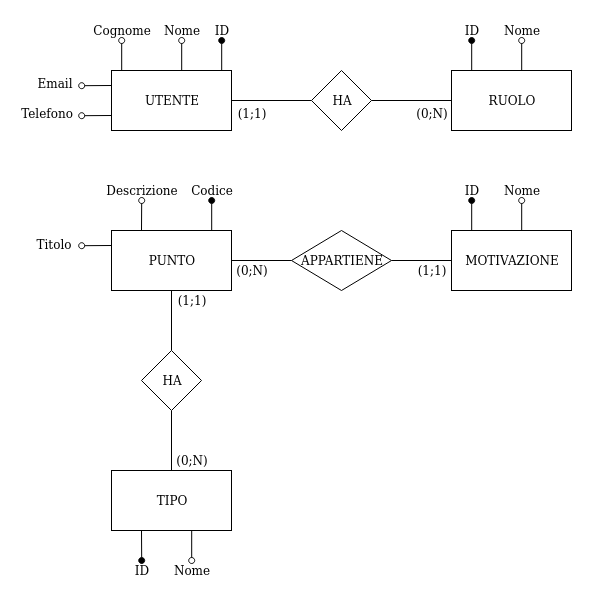
Before: img/ValutazioneLPI_ER_Iniziale_Draw.png, a diagram exported from draw.io (matteoforni/Valutazione-LPI). Source tidied: cells renumbered, new cells last; positions are measured from the earlier drawing's top-left corner, leaving out a move shared by most shapes. Its diagram source:
```xml
<mxGraphModel>
  <root>
    <mxCell id="0" />
    <mxCell id="1" parent="0" />
    <mxCell id="2" style="edgeStyle=orthogonalEdgeStyle;rounded=0;jettySize=auto;html=1;exitX=0.5;exitY=0;exitDx=0;exitDy=0;endArrow=oval;endFill=0;entryX=0.5;entryY=1;entryDx=0;entryDy=0;" parent="1" edge="1" source="8" target="26">
      <mxGeometry relative="1" as="geometry" />
    </mxCell>
    <mxCell id="3" style="edgeStyle=orthogonalEdgeStyle;rounded=0;jettySize=auto;html=1;exitX=1;exitY=0;exitDx=0;exitDy=0;entryX=0.5;entryY=1;entryDx=0;entryDy=0;endArrow=oval;endFill=1;" parent="1" edge="1" source="8" target="24">
      <mxGeometry relative="1" as="geometry" />
    </mxCell>
    <mxCell id="4" style="edgeStyle=orthogonalEdgeStyle;rounded=0;jettySize=auto;html=1;exitX=0;exitY=0;exitDx=0;exitDy=0;entryX=0.5;entryY=1;entryDx=0;entryDy=0;endArrow=oval;endFill=0;" parent="1" edge="1" source="8" target="25">
      <mxGeometry relative="1" as="geometry" />
    </mxCell>
    <mxCell id="5" style="edgeStyle=orthogonalEdgeStyle;rounded=0;jettySize=auto;html=1;exitX=0;exitY=0.25;exitDx=0;exitDy=0;endArrow=oval;endFill=0;" parent="1" edge="1" source="8">
      <mxGeometry relative="1" as="geometry">
        <mxPoint x="55.2" y="65.2" as="targetPoint" />
      </mxGeometry>
    </mxCell>
    <mxCell id="6" style="edgeStyle=orthogonalEdgeStyle;rounded=0;jettySize=auto;html=1;exitX=0;exitY=0.75;exitDx=0;exitDy=0;endArrow=oval;endFill=0;" parent="1" edge="1" source="8">
      <mxGeometry relative="1" as="geometry">
        <mxPoint x="55.2" y="95.2" as="targetPoint" />
      </mxGeometry>
    </mxCell>
    <mxCell id="7" style="edgeStyle=orthogonalEdgeStyle;rounded=0;jettySize=auto;html=1;exitX=1;exitY=0.5;exitDx=0;exitDy=0;entryX=0;entryY=0.5;entryDx=0;entryDy=0;endArrow=none;endFill=0;" parent="1" edge="1" source="8" target="30">
      <mxGeometry relative="1" as="geometry" />
    </mxCell>
    <mxCell id="8" value="UTENTE" style="rounded=0;whiteSpace=wrap;html=1;" parent="1" vertex="1">
      <mxGeometry x="85" y="50" width="120" height="60" as="geometry" />
    </mxCell>
    <mxCell id="9" style="edgeStyle=orthogonalEdgeStyle;rounded=0;jettySize=auto;html=1;exitX=0.25;exitY=0;exitDx=0;exitDy=0;entryX=0.5;entryY=1;entryDx=0;entryDy=0;endArrow=oval;endFill=1;" parent="1" edge="1" source="11" target="31">
      <mxGeometry relative="1" as="geometry" />
    </mxCell>
    <mxCell id="10" style="edgeStyle=orthogonalEdgeStyle;rounded=0;jettySize=auto;html=1;exitX=0.5;exitY=0;exitDx=0;exitDy=0;entryX=0.5;entryY=1;entryDx=0;entryDy=0;endArrow=oval;endFill=0;" parent="1" edge="1" source="11" target="32">
      <mxGeometry relative="1" as="geometry" />
    </mxCell>
    <mxCell id="11" value="RUOLO" style="rounded=0;whiteSpace=wrap;html=1;" parent="1" vertex="1">
      <mxGeometry x="425" y="50" width="120" height="60" as="geometry" />
    </mxCell>
    <mxCell id="12" style="edgeStyle=orthogonalEdgeStyle;rounded=0;jettySize=auto;html=1;exitX=1;exitY=0.5;exitDx=0;exitDy=0;entryX=0;entryY=0.5;entryDx=0;entryDy=0;endArrow=none;endFill=0;" parent="1" edge="1" source="17" target="34">
      <mxGeometry relative="1" as="geometry" />
    </mxCell>
    <mxCell id="13" style="edgeStyle=orthogonalEdgeStyle;rounded=0;jettySize=auto;html=1;exitX=0.25;exitY=0;exitDx=0;exitDy=0;entryX=0.5;entryY=1;entryDx=0;entryDy=0;endArrow=oval;endFill=0;" parent="1" edge="1" source="17" target="37">
      <mxGeometry relative="1" as="geometry" />
    </mxCell>
    <mxCell id="14" style="edgeStyle=orthogonalEdgeStyle;rounded=0;jettySize=auto;html=1;exitX=0.75;exitY=0;exitDx=0;exitDy=0;entryX=0.5;entryY=1;entryDx=0;entryDy=0;endArrow=oval;endFill=1;" parent="1" edge="1" source="17" target="35">
      <mxGeometry relative="1" as="geometry" />
    </mxCell>
    <mxCell id="15" style="edgeStyle=orthogonalEdgeStyle;rounded=0;jettySize=auto;html=1;exitX=0;exitY=0.25;exitDx=0;exitDy=0;endArrow=oval;endFill=0;" parent="1" edge="1" source="17">
      <mxGeometry relative="1" as="geometry">
        <mxPoint x="55.2" y="225.2" as="targetPoint" />
      </mxGeometry>
    </mxCell>
    <mxCell id="16" style="edgeStyle=orthogonalEdgeStyle;rounded=0;jettySize=auto;html=1;exitX=0.5;exitY=1;exitDx=0;exitDy=0;entryX=0.5;entryY=0;entryDx=0;entryDy=0;endArrow=none;endFill=0;" parent="1" edge="1" source="17" target="41">
      <mxGeometry relative="1" as="geometry" />
    </mxCell>
    <mxCell id="17" value="PUNTO" style="rounded=0;whiteSpace=wrap;html=1;" parent="1" vertex="1">
      <mxGeometry x="85" y="210" width="120" height="60" as="geometry" />
    </mxCell>
    <mxCell id="18" style="edgeStyle=orthogonalEdgeStyle;rounded=0;jettySize=auto;html=1;exitX=0.25;exitY=0;exitDx=0;exitDy=0;entryX=0.5;entryY=1;entryDx=0;entryDy=0;endArrow=oval;endFill=1;" parent="1" edge="1" source="20" target="38">
      <mxGeometry relative="1" as="geometry" />
    </mxCell>
    <mxCell id="19" style="edgeStyle=orthogonalEdgeStyle;rounded=0;jettySize=auto;html=1;exitX=0.5;exitY=0;exitDx=0;exitDy=0;entryX=0.5;entryY=1;entryDx=0;entryDy=0;endArrow=oval;endFill=0;" parent="1" edge="1" source="20" target="39">
      <mxGeometry relative="1" as="geometry" />
    </mxCell>
    <mxCell id="20" value="MOTIVAZIONE" style="rounded=0;whiteSpace=wrap;html=1;" parent="1" vertex="1">
      <mxGeometry x="425" y="210" width="120" height="60" as="geometry" />
    </mxCell>
    <mxCell id="21" style="edgeStyle=orthogonalEdgeStyle;rounded=0;jettySize=auto;html=1;exitX=0.25;exitY=1;exitDx=0;exitDy=0;endArrow=oval;endFill=1;" parent="1" edge="1" source="23">
      <mxGeometry relative="1" as="geometry">
        <mxPoint x="115.2" y="540" as="targetPoint" />
      </mxGeometry>
    </mxCell>
    <mxCell id="22" style="edgeStyle=orthogonalEdgeStyle;rounded=0;jettySize=auto;html=1;exitX=0.75;exitY=1;exitDx=0;exitDy=0;entryX=0.5;entryY=0;entryDx=0;entryDy=0;endArrow=oval;endFill=0;" parent="1" edge="1" source="23" target="43">
      <mxGeometry relative="1" as="geometry" />
    </mxCell>
    <mxCell id="23" value="&lt;div&gt;TIPO&lt;/div&gt;" style="rounded=0;whiteSpace=wrap;html=1;" parent="1" vertex="1">
      <mxGeometry x="85" y="450" width="120" height="60" as="geometry" />
    </mxCell>
    <mxCell id="24" value="ID" style="text;html=1;strokeColor=none;fillColor=none;align=center;verticalAlign=middle;whiteSpace=wrap;rounded=0;" parent="1" vertex="1">
      <mxGeometry x="175" width="40" height="20" as="geometry" />
    </mxCell>
    <mxCell id="25" value="Cognome" style="text;html=1;strokeColor=none;fillColor=none;align=center;verticalAlign=middle;whiteSpace=wrap;rounded=0;" parent="1" vertex="1">
      <mxGeometry x="75" width="40" height="20" as="geometry" />
    </mxCell>
    <mxCell id="26" value="Nome" style="text;html=1;strokeColor=none;fillColor=none;align=center;verticalAlign=middle;whiteSpace=wrap;rounded=0;" parent="1" vertex="1">
      <mxGeometry x="135" width="40" height="20" as="geometry" />
    </mxCell>
    <mxCell id="27" value="Email" style="text;html=1;strokeColor=none;fillColor=none;align=center;verticalAlign=middle;whiteSpace=wrap;rounded=0;" parent="1" vertex="1">
      <mxGeometry x="8" y="53" width="40" height="20" as="geometry" />
    </mxCell>
    <mxCell id="28" value="Telefono" style="text;html=1;strokeColor=none;fillColor=none;align=center;verticalAlign=middle;whiteSpace=wrap;rounded=0;" parent="1" vertex="1">
      <mxGeometry y="83" width="40" height="20" as="geometry" />
    </mxCell>
    <mxCell id="29" style="edgeStyle=orthogonalEdgeStyle;rounded=0;jettySize=auto;html=1;exitX=1;exitY=0.5;exitDx=0;exitDy=0;entryX=0;entryY=0.5;entryDx=0;entryDy=0;endArrow=none;endFill=0;" parent="1" edge="1" source="30" target="11">
      <mxGeometry relative="1" as="geometry" />
    </mxCell>
    <mxCell id="30" value="HA" style="rhombus;whiteSpace=wrap;html=1;" parent="1" vertex="1">
      <mxGeometry x="285" y="50" width="60" height="60" as="geometry" />
    </mxCell>
    <mxCell id="31" value="ID" style="text;html=1;strokeColor=none;fillColor=none;align=center;verticalAlign=middle;whiteSpace=wrap;rounded=0;" parent="1" vertex="1">
      <mxGeometry x="425" width="40" height="20" as="geometry" />
    </mxCell>
    <mxCell id="32" value="Nome" style="text;html=1;strokeColor=none;fillColor=none;align=center;verticalAlign=middle;whiteSpace=wrap;rounded=0;" parent="1" vertex="1">
      <mxGeometry x="475" width="40" height="20" as="geometry" />
    </mxCell>
    <mxCell id="33" style="edgeStyle=orthogonalEdgeStyle;rounded=0;jettySize=auto;html=1;exitX=1;exitY=0.5;exitDx=0;exitDy=0;entryX=0;entryY=0.5;entryDx=0;entryDy=0;endArrow=none;endFill=0;" parent="1" edge="1" source="34" target="20">
      <mxGeometry relative="1" as="geometry" />
    </mxCell>
    <mxCell id="34" value="APPARTIENE" style="rhombus;whiteSpace=wrap;html=1;" parent="1" vertex="1">
      <mxGeometry x="265" y="210" width="100" height="60" as="geometry" />
    </mxCell>
    <mxCell id="35" value="Codice" style="text;html=1;strokeColor=none;fillColor=none;align=center;verticalAlign=middle;whiteSpace=wrap;rounded=0;" parent="1" vertex="1">
      <mxGeometry x="165" y="160" width="40" height="20" as="geometry" />
    </mxCell>
    <mxCell id="36" value="Titolo" style="text;html=1;strokeColor=none;fillColor=none;align=center;verticalAlign=middle;whiteSpace=wrap;rounded=0;" parent="1" vertex="1">
      <mxGeometry x="7" y="214" width="40" height="20" as="geometry" />
    </mxCell>
    <mxCell id="37" value="Descrizione" style="text;html=1;strokeColor=none;fillColor=none;align=center;verticalAlign=middle;whiteSpace=wrap;rounded=0;" parent="1" vertex="1">
      <mxGeometry x="95" y="160" width="40" height="20" as="geometry" />
    </mxCell>
    <mxCell id="38" value="ID" style="text;html=1;strokeColor=none;fillColor=none;align=center;verticalAlign=middle;whiteSpace=wrap;rounded=0;" parent="1" vertex="1">
      <mxGeometry x="425" y="160" width="40" height="20" as="geometry" />
    </mxCell>
    <mxCell id="39" value="Nome" style="text;html=1;strokeColor=none;fillColor=none;align=center;verticalAlign=middle;whiteSpace=wrap;rounded=0;" parent="1" vertex="1">
      <mxGeometry x="475" y="160" width="40" height="20" as="geometry" />
    </mxCell>
    <mxCell id="40" style="edgeStyle=orthogonalEdgeStyle;rounded=0;jettySize=auto;html=1;exitX=0.5;exitY=1;exitDx=0;exitDy=0;entryX=0.5;entryY=0;entryDx=0;entryDy=0;endArrow=none;endFill=0;" parent="1" edge="1" source="41" target="23">
      <mxGeometry relative="1" as="geometry" />
    </mxCell>
    <mxCell id="41" value="HA" style="rhombus;whiteSpace=wrap;html=1;" parent="1" vertex="1">
      <mxGeometry x="115" y="330" width="60" height="60" as="geometry" />
    </mxCell>
    <mxCell id="42" value="ID" style="text;html=1;strokeColor=none;fillColor=none;align=center;verticalAlign=middle;whiteSpace=wrap;rounded=0;" parent="1" vertex="1">
      <mxGeometry x="95" y="540" width="40" height="20" as="geometry" />
    </mxCell>
    <mxCell id="43" value="Nome" style="text;html=1;strokeColor=none;fillColor=none;align=center;verticalAlign=middle;whiteSpace=wrap;rounded=0;" parent="1" vertex="1">
      <mxGeometry x="145" y="540" width="40" height="20" as="geometry" />
    </mxCell>
    <mxCell id="44" value="(0;N)" style="text;html=1;strokeColor=none;fillColor=none;align=center;verticalAlign=middle;whiteSpace=wrap;rounded=0;" parent="1" vertex="1">
      <mxGeometry x="145" y="430" width="40" height="20" as="geometry" />
    </mxCell>
    <mxCell id="45" value="(1;1)" style="text;html=1;strokeColor=none;fillColor=none;align=center;verticalAlign=middle;whiteSpace=wrap;rounded=0;" parent="1" vertex="1">
      <mxGeometry x="145" y="270" width="40" height="20" as="geometry" />
    </mxCell>
    <mxCell id="46" value="(0;N)" style="text;html=1;strokeColor=none;fillColor=none;align=center;verticalAlign=middle;whiteSpace=wrap;rounded=0;" parent="1" vertex="1">
      <mxGeometry x="205" y="240" width="40" height="20" as="geometry" />
    </mxCell>
    <mxCell id="47" value="(1;1)" style="text;html=1;strokeColor=none;fillColor=none;align=center;verticalAlign=middle;whiteSpace=wrap;rounded=0;" parent="1" vertex="1">
      <mxGeometry x="385" y="240" width="40" height="20" as="geometry" />
    </mxCell>
    <mxCell id="48" value="(1;1)" style="text;html=1;strokeColor=none;fillColor=none;align=center;verticalAlign=middle;whiteSpace=wrap;rounded=0;" parent="1" vertex="1">
      <mxGeometry x="205" y="83" width="40" height="20" as="geometry" />
    </mxCell>
    <mxCell id="49" value="(0;N)" style="text;html=1;strokeColor=none;fillColor=none;align=center;verticalAlign=middle;whiteSpace=wrap;rounded=0;" parent="1" vertex="1">
      <mxGeometry x="385" y="83" width="40" height="20" as="geometry" />
    </mxCell>
  </root>
</mxGraphModel>
```
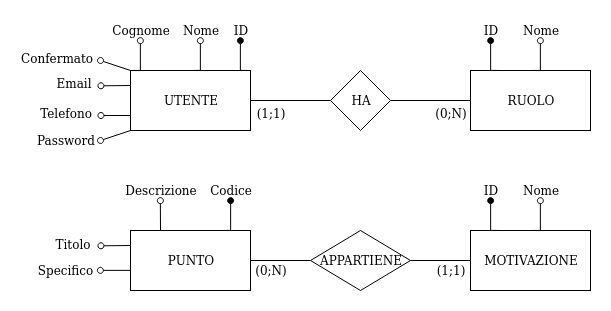
Later version of the same file.

Commit message:
aggiornato diagramma ER e relativa documentazione

What changed in the source:
```diff
@@ -50,9 +50,13 @@
         <mxPoint x="55.2" y="225.2" as="targetPoint" />
       </mxGeometry>
     </mxCell>
-    <mxCell id="16" style="edgeStyle=orthogonalEdgeStyle;rounded=0;jettySize=auto;html=1;exitX=0.5;exitY=1;exitDx=0;exitDy=0;entryX=0.5;entryY=0;entryDx=0;entryDy=0;endArrow=none;endFill=0;" parent="1" edge="1" source="17" target="41">
-      <mxGeometry relative="1" as="geometry" />
-    </mxCell>
+    <mxCell id="50" style="edgeStyle=orthogonalEdgeStyle;rounded=0;jettySize=auto;html=1;exitX=0;exitY=0.75;exitDx=0;exitDy=0;endArrow=oval;endFill=0;entryX=1;entryY=0.5;entryDx=0;entryDy=0;" parent="1" edge="1" source="17" target="55">
+      <mxGeometry relative="1" as="geometry">
+        <Array as="points">
+          <mxPoint x="85" y="250" />
+        </Array>
+      </mxGeometry>
+    </mxCell>
     <mxCell id="17" value="PUNTO" style="rounded=0;whiteSpace=wrap;html=1;" parent="1" vertex="1">
       <mxGeometry x="85" y="210" width="120" height="60" as="geometry" />
     </mxCell>
@@ -65,17 +69,6 @@
     <mxCell id="20" value="MOTIVAZIONE" style="rounded=0;whiteSpace=wrap;html=1;" parent="1" vertex="1">
       <mxGeometry x="425" y="210" width="120" height="60" as="geometry" />
     </mxCell>
-    <mxCell id="21" style="edgeStyle=orthogonalEdgeStyle;rounded=0;jettySize=auto;html=1;exitX=0.25;exitY=1;exitDx=0;exitDy=0;endArrow=oval;endFill=1;" parent="1" edge="1" source="23">
-      <mxGeometry relative="1" as="geometry">
-        <mxPoint x="115.2" y="540" as="targetPoint" />
-      </mxGeometry>
-    </mxCell>
-    <mxCell id="22" style="edgeStyle=orthogonalEdgeStyle;rounded=0;jettySize=auto;html=1;exitX=0.75;exitY=1;exitDx=0;exitDy=0;entryX=0.5;entryY=0;entryDx=0;entryDy=0;endArrow=oval;endFill=0;" parent="1" edge="1" source="23" target="43">
-      <mxGeometry relative="1" as="geometry" />
-    </mxCell>
-    <mxCell id="23" value="&lt;div&gt;TIPO&lt;/div&gt;" style="rounded=0;whiteSpace=wrap;html=1;" parent="1" vertex="1">
-      <mxGeometry x="85" y="450" width="120" height="60" as="geometry" />
-    </mxCell>
     <mxCell id="24" value="ID" style="text;html=1;strokeColor=none;fillColor=none;align=center;verticalAlign=middle;whiteSpace=wrap;rounded=0;" parent="1" vertex="1">
       <mxGeometry x="175" width="40" height="20" as="geometry" />
     </mxCell>
@@ -124,24 +117,6 @@
     <mxCell id="39" value="Nome" style="text;html=1;strokeColor=none;fillColor=none;align=center;verticalAlign=middle;whiteSpace=wrap;rounded=0;" parent="1" vertex="1">
       <mxGeometry x="475" y="160" width="40" height="20" as="geometry" />
     </mxCell>
-    <mxCell id="40" style="edgeStyle=orthogonalEdgeStyle;rounded=0;jettySize=auto;html=1;exitX=0.5;exitY=1;exitDx=0;exitDy=0;entryX=0.5;entryY=0;entryDx=0;entryDy=0;endArrow=none;endFill=0;" parent="1" edge="1" source="41" target="23">
-      <mxGeometry relative="1" as="geometry" />
-    </mxCell>
-    <mxCell id="41" value="HA" style="rhombus;whiteSpace=wrap;html=1;" parent="1" vertex="1">
-      <mxGeometry x="115" y="330" width="60" height="60" as="geometry" />
-    </mxCell>
-    <mxCell id="42" value="ID" style="text;html=1;strokeColor=none;fillColor=none;align=center;verticalAlign=middle;whiteSpace=wrap;rounded=0;" parent="1" vertex="1">
-      <mxGeometry x="95" y="540" width="40" height="20" as="geometry" />
-    </mxCell>
-    <mxCell id="43" value="Nome" style="text;html=1;strokeColor=none;fillColor=none;align=center;verticalAlign=middle;whiteSpace=wrap;rounded=0;" parent="1" vertex="1">
-      <mxGeometry x="145" y="540" width="40" height="20" as="geometry" />
-    </mxCell>
-    <mxCell id="44" value="(0;N)" style="text;html=1;strokeColor=none;fillColor=none;align=center;verticalAlign=middle;whiteSpace=wrap;rounded=0;" parent="1" vertex="1">
-      <mxGeometry x="145" y="430" width="40" height="20" as="geometry" />
-    </mxCell>
-    <mxCell id="45" value="(1;1)" style="text;html=1;strokeColor=none;fillColor=none;align=center;verticalAlign=middle;whiteSpace=wrap;rounded=0;" parent="1" vertex="1">
-      <mxGeometry x="145" y="270" width="40" height="20" as="geometry" />
-    </mxCell>
     <mxCell id="46" value="(0;N)" style="text;html=1;strokeColor=none;fillColor=none;align=center;verticalAlign=middle;whiteSpace=wrap;rounded=0;" parent="1" vertex="1">
       <mxGeometry x="205" y="240" width="40" height="20" as="geometry" />
     </mxCell>
@@ -154,5 +129,24 @@
     <mxCell id="49" value="(0;N)" style="text;html=1;strokeColor=none;fillColor=none;align=center;verticalAlign=middle;whiteSpace=wrap;rounded=0;" parent="1" vertex="1">
       <mxGeometry x="385" y="83" width="40" height="20" as="geometry" />
     </mxCell>
+    <mxCell id="51" value="&lt;div&gt;Password&lt;/div&gt;" style="text;html=1;strokeColor=none;fillColor=none;align=center;verticalAlign=middle;whiteSpace=wrap;rounded=0;" parent="1" vertex="1">
+      <mxGeometry y="110" width="40" height="20" as="geometry" />
+    </mxCell>
+    <mxCell id="52" value="Confermato" style="text;html=1;strokeColor=none;fillColor=none;align=center;verticalAlign=middle;whiteSpace=wrap;rounded=0;" parent="1" vertex="1">
+      <mxGeometry x="-9" y="28" width="40" height="20" as="geometry" />
+    </mxCell>
+    <mxCell id="53" style="endArrow=oval;html=1;endFill=0;exitX=0;exitY=1;exitDx=0;exitDy=0;" parent="1" edge="1" source="8">
+      <mxGeometry relative="1" as="geometry">
+        <mxPoint x="55" y="120" as="targetPoint" />
+      </mxGeometry>
+    </mxCell>
+    <mxCell id="54" style="endArrow=oval;html=1;endFill=0;exitX=0;exitY=0;exitDx=0;exitDy=0;" parent="1" edge="1" source="8">
+      <mxGeometry relative="1" as="geometry">
+        <mxPoint x="55" y="40" as="targetPoint" />
+      </mxGeometry>
+    </mxCell>
+    <mxCell id="55" value="Specifico" style="text;html=1;strokeColor=none;fillColor=none;align=center;verticalAlign=middle;whiteSpace=wrap;rounded=0;" parent="1" vertex="1">
+      <mxGeometry x="-16" y="240" width="71" height="20" as="geometry" />
+    </mxCell>
   </root>
 </mxGraphModel>
```
